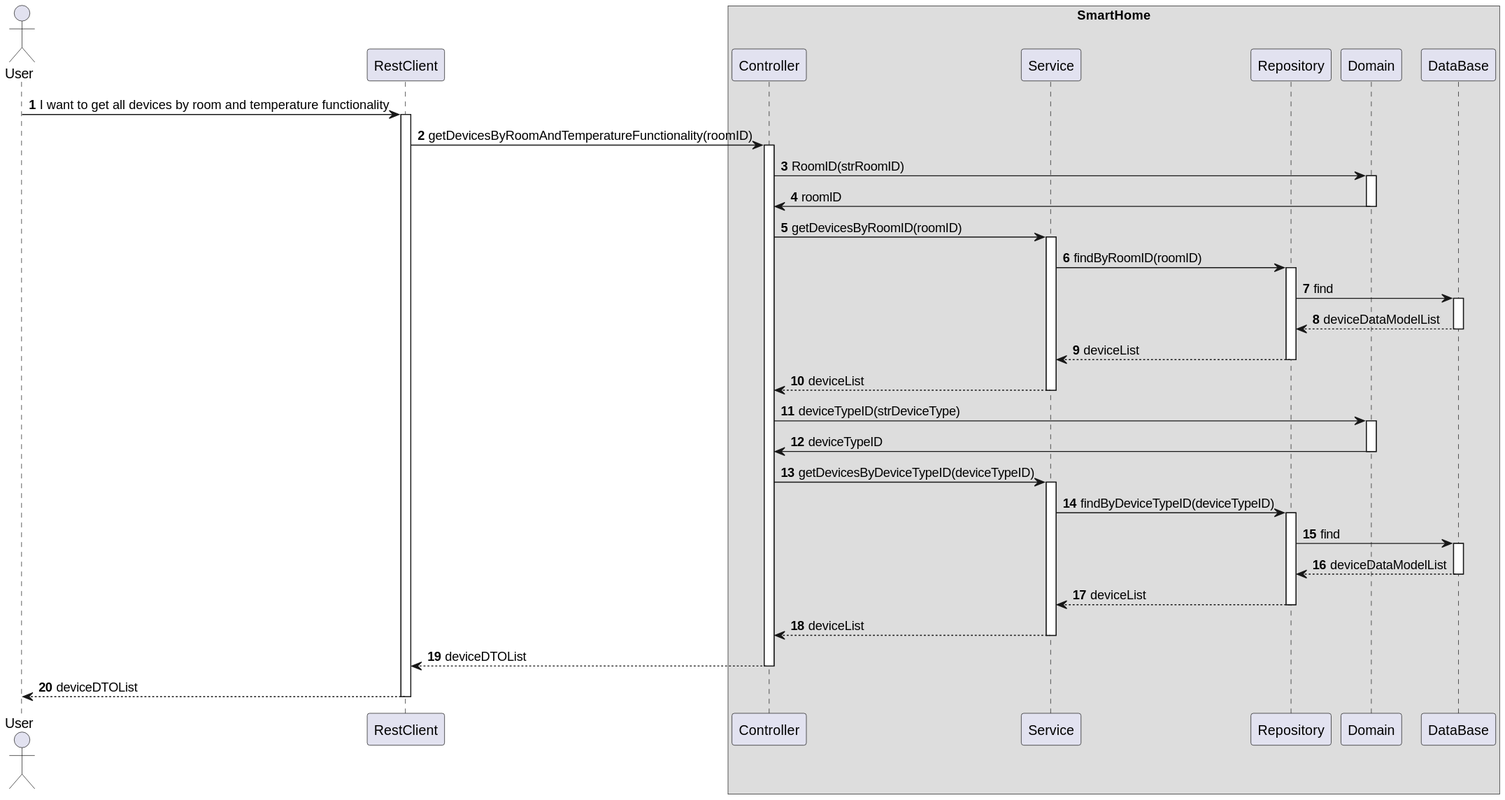
Earlier version of the PlantUML export docs/ooa/C4_4plus1_models/Level3/ProcessView/ProcessViewLevel3_UC12_v1.svg (olivDiogo/SmartHome).
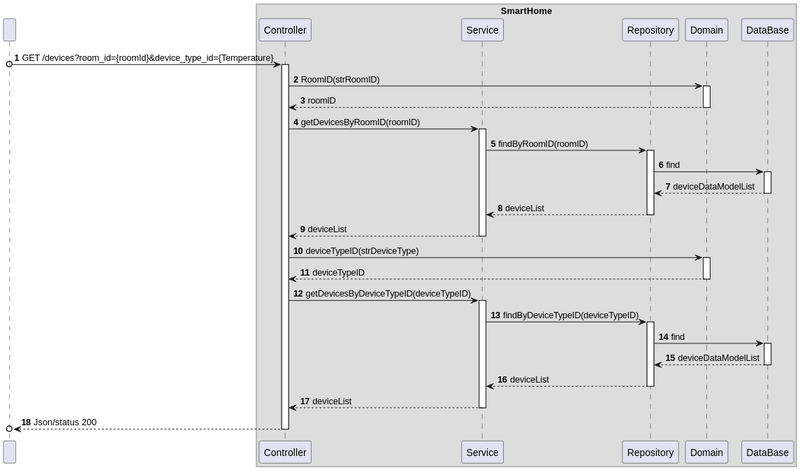
The same diagram one commit later.

Commit message:
docs: update Process view level 3

Change to the diagram source:
```diff
@@ -3,8 +3,7 @@
 
 autonumber
 
-actor "User" as User
-participant "RestClient" as RC
+participant " " as User
 
 box "SmartHome"
     participant "Controller" as CTRL
@@ -15,16 +14,14 @@
 end box
 
 
-User -> RC : I want to get all devices by room and temperature functionality
-activate RC
+User o-> CTRL : GET /devices?room_id={roomId}&device_type_id={Temperature}
 
-RC -> CTRL : getDevicesByRoomAndTemperatureFunctionality(roomID)
 activate CTRL
 
 CTRL -> DOM : RoomID(strRoomID)
 activate DOM
 
-DOM -> CTRL : roomID
+DOM --> CTRL : roomID
 deactivate DOM
 
 CTRL -> SV: getDevicesByRoomID(roomID)
@@ -50,7 +47,7 @@
 CTRL -> DOM : deviceTypeID(strDeviceType)
 activate DOM
 
-DOM -> CTRL : deviceTypeID
+DOM --> CTRL : deviceTypeID
 deactivate DOM
 
 CTRL -> SV : getDevicesByDeviceTypeID(deviceTypeID)
@@ -71,9 +68,6 @@
 SV --> CTRL : deviceList
 deactivate SV
 
-CTRL --> RC : deviceDTOList
+CTRL -->o User : Json/status 200
 deactivate CTRL
-
-RC --> User :  deviceDTOList
-deactivate RC
 @enduml
```
